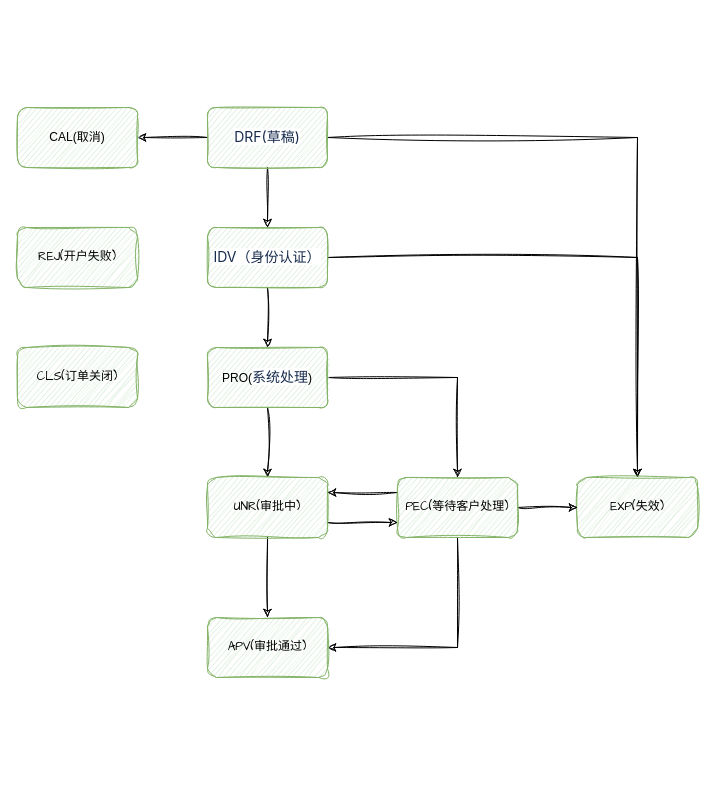
Earlier version of the draw.io diagram EOB开户申请状态流转.drawio (QirongZhang/draw.io.repo). Source tidied: cells renumbered, new cells numbered last; positions are measured from the earlier drawing's top-left corner, leaving out a move shared by most shapes. Both pictures are drawn from the tidied source at 100%, with x=0, y=0 at pixel (17, 107).
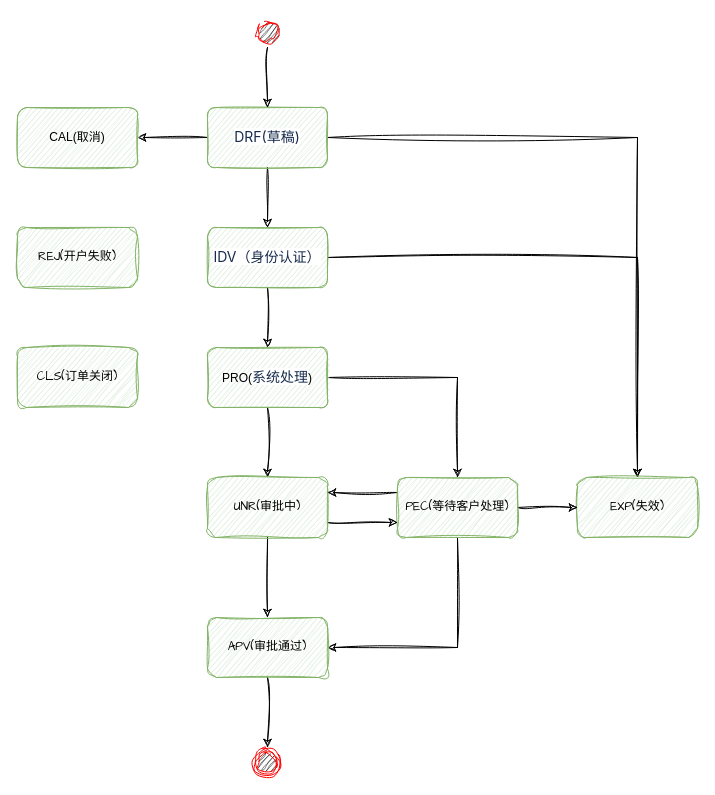
Above is the later version.

Commit message:
更新EOB开户申请状态流转.drawio

Unchanged cells that the change refers to:
```xml
<mxCell id="5" value="&lt;span style=&quot;color: rgb(23, 43, 77); font-family: -apple-system, BlinkMacSystemFont, &amp;quot;Segoe UI&amp;quot;, Roboto, Oxygen, Ubuntu, &amp;quot;Fira Sans&amp;quot;, &amp;quot;Droid Sans&amp;quot;, &amp;quot;Helvetica Neue&amp;quot;, sans-serif; font-size: 14px; text-align: left; background-color: rgb(255, 255, 255);&quot;&gt;DRF(草稿)&lt;/span&gt;" style="rounded=1;whiteSpace=wrap;html=1;sketch=1;fillColor=#d5e8d4;strokeColor=#82b366;" parent="1" vertex="1">
  <mxGeometry x="190" width="120" height="60" as="geometry" />
</mxCell>
<mxCell id="21" value="APV(审批通过)" style="rounded=1;whiteSpace=wrap;html=1;sketch=1;hachureGap=4;jiggle=2;fontFamily=Architects Daughter;fontSize=12;fillColor=#d5e8d4;strokeColor=#82b366;" parent="1" vertex="1">
  <mxGeometry x="190" y="510" width="120" height="60" as="geometry" />
</mxCell>
```

Diff of the diagram source:
```diff
@@
+    <mxCell id="24" style="edgeStyle=orthogonalEdgeStyle;rounded=0;sketch=1;hachureGap=4;jiggle=2;jettySize=auto;html=1;exitX=0.5;exitY=1;exitDx=0;exitDy=0;fontFamily=Architects Daughter;fontSize=12;" parent="1" edge="1" source="21" target="25">
+      <mxGeometry relative="1" as="geometry" />
+    </mxCell>
@@
+    <mxCell id="25" style="ellipse;html=1;shape=endState;fillColor=#000000;strokeColor=#ff0000;sketch=1;hachureGap=4;jiggle=2;fontFamily=Architects Daughter;fontSize=12;" parent="1" vertex="1">
+      <mxGeometry x="235" y="640" width="30" height="30" as="geometry" />
+    </mxCell>
+    <mxCell id="26" style="edgeStyle=orthogonalEdgeStyle;rounded=0;sketch=1;hachureGap=4;jiggle=2;jettySize=auto;html=1;exitX=0.5;exitY=1;exitDx=0;exitDy=0;fontFamily=Architects Daughter;fontSize=12;" parent="1" edge="1" source="27" target="5">
+      <mxGeometry relative="1" as="geometry" />
+    </mxCell>
+    <mxCell id="27" style="ellipse;html=1;shape=startState;fillColor=#000000;strokeColor=#ff0000;sketch=1;hachureGap=4;jiggle=2;fontFamily=Architects Daughter;fontSize=12;" parent="1" vertex="1">
+      <mxGeometry x="235" y="-90" width="30" height="30" as="geometry" />
+    </mxCell>
```
